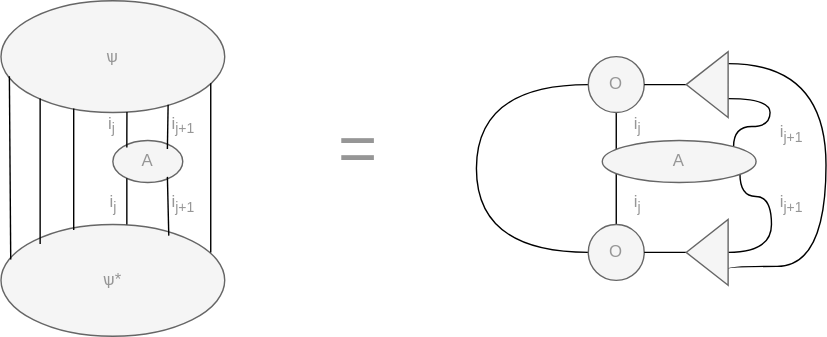
This is pictures/Ev2.svg from Prod1us/TensorNetworks, a draw.io export, as it was before one commit. Source tidied: cells renumbered, new cells last; positions are measured from the earlier drawing's top-left corner, leaving out a move shared by most shapes. Its diagram source:
```xml
<mxGraphModel>
  <root>
    <mxCell id="0" />
    <mxCell id="1" parent="0" />
    <mxCell id="2" value="&lt;font color=&quot;#969696&quot;&gt;ѱ &lt;/font&gt;" style="ellipse;whiteSpace=wrap;html=1;fillColor=#f5f5f5;fontColor=#333333;strokeColor=#666666;" parent="1" vertex="1">
      <mxGeometry width="160" height="80" as="geometry" />
    </mxCell>
    <mxCell id="3" value="&lt;font color=&quot;#969696&quot;&gt;ѱ*&lt;/font&gt;" style="ellipse;whiteSpace=wrap;html=1;fillColor=#f5f5f5;fontColor=#333333;strokeColor=#666666;" parent="1" vertex="1">
      <mxGeometry y="160" width="160" height="80" as="geometry" />
    </mxCell>
    <mxCell id="4" style="endArrow=none;html=1;rounded=0;entryX=0.019;entryY=0.725;entryDx=0;entryDy=0;entryPerimeter=0;exitX=0.025;exitY=0.363;exitDx=0;exitDy=0;exitPerimeter=0;" parent="1" edge="1">
      <mxGeometry relative="1" as="geometry">
        <mxPoint x="7" y="185" as="sourcePoint" />
        <mxPoint x="6" y="54" as="targetPoint" />
      </mxGeometry>
    </mxCell>
    <mxCell id="5" style="endArrow=none;html=1;rounded=0;" parent="1" edge="1">
      <mxGeometry relative="1" as="geometry">
        <mxPoint x="150" y="180" as="sourcePoint" />
        <mxPoint x="150" y="59" as="targetPoint" />
      </mxGeometry>
    </mxCell>
    <mxCell id="6" style="endArrow=none;html=1;rounded=0;" parent="1" edge="1">
      <mxGeometry relative="1" as="geometry">
        <mxPoint x="28" y="174" as="sourcePoint" />
        <mxPoint x="28" y="70" as="targetPoint" />
      </mxGeometry>
    </mxCell>
    <mxCell id="7" style="endArrow=none;html=1;rounded=0;entryX=0.303;entryY=0.963;entryDx=0;entryDy=0;entryPerimeter=0;" parent="1" edge="1">
      <mxGeometry relative="1" as="geometry">
        <mxPoint x="52" y="164" as="sourcePoint" />
        <mxPoint x="52" y="77" as="targetPoint" />
      </mxGeometry>
    </mxCell>
    <mxCell id="8" style="edgeStyle=orthogonalEdgeStyle;rounded=0;jettySize=auto;html=1;curved=1;endArrow=none;endFill=0;entryX=0;entryY=0.25;entryDx=0;entryDy=0;" parent="1" edge="1" target="30">
      <mxGeometry relative="1" as="geometry">
        <mxPoint x="520" y="45" as="sourcePoint" />
        <Array as="points">
          <mxPoint x="590" y="45" />
          <mxPoint x="590" y="190" />
          <mxPoint x="520" y="190" />
        </Array>
      </mxGeometry>
    </mxCell>
    <mxCell id="9" style="edgeStyle=orthogonalEdgeStyle;rounded=0;jettySize=auto;html=1;endArrow=none;endFill=0;" parent="1" edge="1" source="11" target="12">
      <mxGeometry relative="1" as="geometry" />
    </mxCell>
    <mxCell id="10" style="edgeStyle=orthogonalEdgeStyle;rounded=0;jettySize=auto;html=1;curved=1;entryX=0;entryY=0.5;entryDx=0;entryDy=0;endArrow=none;endFill=0;" parent="1" edge="1" source="11" target="12">
      <mxGeometry relative="1" as="geometry">
        <Array as="points">
          <mxPoint x="340" y="60" />
          <mxPoint x="340" y="180" />
        </Array>
      </mxGeometry>
    </mxCell>
    <mxCell id="11" value="&lt;font color=&quot;#969696&quot;&gt;O&lt;/font&gt;" style="ellipse;whiteSpace=wrap;html=1;fillColor=#f5f5f5;fontColor=#333333;strokeColor=#666666;" parent="1" vertex="1">
      <mxGeometry x="420" y="40" width="40" height="40" as="geometry" />
    </mxCell>
    <mxCell id="12" value="&lt;font color=&quot;#969696&quot;&gt;O&lt;/font&gt;" style="ellipse;whiteSpace=wrap;html=1;fillColor=#f5f5f5;fontColor=#333333;strokeColor=#666666;" parent="1" vertex="1">
      <mxGeometry x="420" y="160" width="40" height="40" as="geometry" />
    </mxCell>
    <mxCell id="13" value="&lt;font color=&quot;#969696&quot;&gt;i&lt;sub&gt;j&lt;/sub&gt;&lt;/font&gt;" style="text;html=1;align=center;verticalAlign=middle;strokeColor=none;fillColor=none;" parent="1" vertex="1">
      <mxGeometry x="64" y="74" width="30" height="30" as="geometry" />
    </mxCell>
    <mxCell id="14" value="&lt;font color=&quot;#969696&quot;&gt;i&lt;sub&gt;j&lt;/sub&gt;&lt;/font&gt;" style="text;html=1;align=center;verticalAlign=middle;strokeColor=none;fillColor=none;" parent="1" vertex="1">
      <mxGeometry x="440" y="74" width="30" height="30" as="geometry" />
    </mxCell>
    <mxCell id="15" value="&lt;font color=&quot;#969696&quot;&gt;i&lt;sub&gt;j&lt;/sub&gt;&lt;/font&gt;" style="text;html=1;align=center;verticalAlign=middle;strokeColor=none;fillColor=none;" parent="1" vertex="1">
      <mxGeometry x="65" y="130" width="30" height="30" as="geometry" />
    </mxCell>
    <mxCell id="16" value="&lt;font color=&quot;#969696&quot;&gt;i&lt;sub&gt;j&lt;/sub&gt;&lt;/font&gt;" style="text;html=1;align=center;verticalAlign=middle;strokeColor=none;fillColor=none;" parent="1" vertex="1">
      <mxGeometry x="440" y="130" width="30" height="30" as="geometry" />
    </mxCell>
    <mxCell id="17" value="&lt;font style=&quot;font-size: 48px;&quot; color=&quot;#969696&quot;&gt;=&lt;/font&gt;" style="text;html=1;align=center;verticalAlign=middle;strokeColor=none;fillColor=none;" parent="1" vertex="1">
      <mxGeometry x="230" y="70" width="50" height="70" as="geometry" />
    </mxCell>
    <mxCell id="18" value="&lt;font color=&quot;#969696&quot;&gt;A&lt;/font&gt;" style="ellipse;whiteSpace=wrap;html=1;fillColor=#f5f5f5;fontColor=#333333;strokeColor=#666666;" parent="1" vertex="1">
      <mxGeometry x="80" y="100" width="50" height="30" as="geometry" />
    </mxCell>
    <mxCell id="19" style="endArrow=none;html=1;rounded=0;" parent="1" edge="1">
      <mxGeometry relative="1" as="geometry">
        <mxPoint x="90" y="160" as="sourcePoint" />
        <mxPoint x="90" y="127" as="targetPoint" />
      </mxGeometry>
    </mxCell>
    <mxCell id="20" style="endArrow=none;html=1;rounded=0;" parent="1" edge="1">
      <mxGeometry relative="1" as="geometry">
        <mxPoint x="120" y="168" as="sourcePoint" />
        <mxPoint x="119" y="126" as="targetPoint" />
      </mxGeometry>
    </mxCell>
    <mxCell id="21" style="endArrow=none;html=1;rounded=0;entryX=0.563;entryY=0.994;entryDx=0;entryDy=0;entryPerimeter=0;" parent="1" edge="1" target="2">
      <mxGeometry relative="1" as="geometry">
        <mxPoint x="90" y="100" as="sourcePoint" />
        <Array as="points">
          <mxPoint x="90" y="105" />
          <mxPoint x="90" y="95" />
        </Array>
      </mxGeometry>
    </mxCell>
    <mxCell id="22" style="endArrow=none;html=1;rounded=0;entryX=0.747;entryY=0.931;entryDx=0;entryDy=0;entryPerimeter=0;" parent="1" edge="1" target="2">
      <mxGeometry relative="1" as="geometry">
        <mxPoint x="119" y="106" as="sourcePoint" />
      </mxGeometry>
    </mxCell>
    <mxCell id="23" value="&lt;font color=&quot;#969696&quot;&gt;i&lt;sub&gt;j+1&lt;/sub&gt;&lt;/font&gt;" style="text;html=1;align=center;verticalAlign=middle;strokeColor=none;fillColor=none;" parent="1" vertex="1">
      <mxGeometry x="110" y="74" width="40" height="30" as="geometry" />
    </mxCell>
    <mxCell id="24" value="&lt;font color=&quot;#969696&quot;&gt;i&lt;sub&gt;j+1&lt;/sub&gt;&lt;/font&gt;" style="text;html=1;align=center;verticalAlign=middle;strokeColor=none;fillColor=none;" parent="1" vertex="1">
      <mxGeometry x="110" y="130" width="40" height="30" as="geometry" />
    </mxCell>
    <mxCell id="25" style="edgeStyle=orthogonalEdgeStyle;rounded=0;jettySize=auto;html=1;entryX=1;entryY=0.5;entryDx=0;entryDy=0;endArrow=none;endFill=0;" parent="1" edge="1" source="27" target="11">
      <mxGeometry relative="1" as="geometry" />
    </mxCell>
    <mxCell id="26" style="edgeStyle=orthogonalEdgeStyle;rounded=0;jettySize=auto;html=1;entryX=1;entryY=0;entryDx=0;entryDy=0;endArrow=none;endFill=0;curved=1;" parent="1" edge="1" target="31">
      <mxGeometry relative="1" as="geometry">
        <mxPoint x="520" y="70" as="sourcePoint" />
        <Array as="points">
          <mxPoint x="550" y="70" />
          <mxPoint x="550" y="90" />
          <mxPoint x="524" y="90" />
        </Array>
      </mxGeometry>
    </mxCell>
    <mxCell id="27" style="triangle;whiteSpace=wrap;html=1;direction=west;fillColor=#f5f5f5;fontColor=#333333;strokeColor=#666666;" parent="1" vertex="1">
      <mxGeometry x="490" y="36.5" width="30" height="47" as="geometry" />
    </mxCell>
    <mxCell id="28" style="edgeStyle=orthogonalEdgeStyle;rounded=0;jettySize=auto;html=1;entryX=1;entryY=0.5;entryDx=0;entryDy=0;endArrow=none;endFill=0;" parent="1" edge="1" source="30" target="12">
      <mxGeometry relative="1" as="geometry" />
    </mxCell>
    <mxCell id="29" style="edgeStyle=orthogonalEdgeStyle;rounded=0;jettySize=auto;html=1;endArrow=none;endFill=0;curved=1;entryX=0.895;entryY=0.8;entryDx=0;entryDy=0;entryPerimeter=0;" parent="1" edge="1" source="30" target="31">
      <mxGeometry relative="1" as="geometry">
        <Array as="points">
          <mxPoint x="551" y="180" />
          <mxPoint x="551" y="140" />
          <mxPoint x="529" y="140" />
        </Array>
      </mxGeometry>
    </mxCell>
    <mxCell id="30" style="triangle;whiteSpace=wrap;html=1;direction=west;fillColor=#f5f5f5;fontColor=#333333;strokeColor=#666666;" parent="1" vertex="1">
      <mxGeometry x="490" y="156.5" width="30" height="47" as="geometry" />
    </mxCell>
    <mxCell id="31" value="&lt;font color=&quot;#969696&quot;&gt;A&lt;/font&gt;" style="ellipse;whiteSpace=wrap;html=1;fillColor=#f5f5f5;fontColor=#333333;strokeColor=#666666;" parent="1" vertex="1">
      <mxGeometry x="430" y="100" width="110" height="30" as="geometry" />
    </mxCell>
    <mxCell id="32" value="&lt;font color=&quot;#969696&quot;&gt;i&lt;sub&gt;j+1&lt;/sub&gt;&lt;/font&gt;" style="text;html=1;align=center;verticalAlign=middle;strokeColor=none;fillColor=none;" parent="1" vertex="1">
      <mxGeometry x="545" y="80" width="40" height="30" as="geometry" />
    </mxCell>
    <mxCell id="33" value="&lt;font color=&quot;#969696&quot;&gt;i&lt;sub&gt;j+1&lt;/sub&gt;&lt;/font&gt;" style="text;html=1;align=center;verticalAlign=middle;strokeColor=none;fillColor=none;" parent="1" vertex="1">
      <mxGeometry x="545" y="130" width="40" height="30" as="geometry" />
    </mxCell>
  </root>
</mxGraphModel>
```
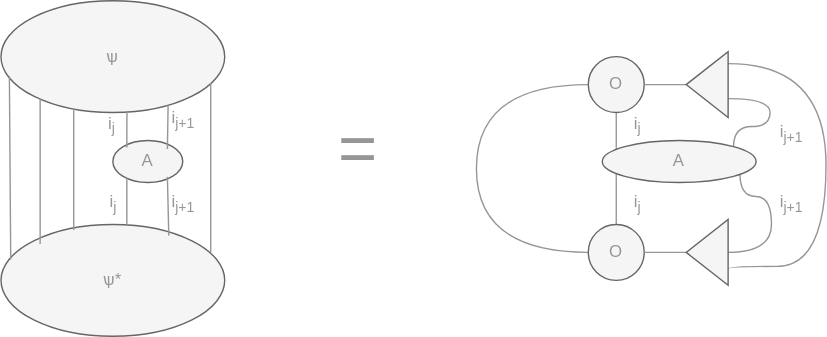
After the change.

Change to the diagram source:
```diff
@@ -8,31 +8,31 @@
     <mxCell id="3" value="&lt;font color=&quot;#969696&quot;&gt;ѱ*&lt;/font&gt;" style="ellipse;whiteSpace=wrap;html=1;fillColor=#f5f5f5;fontColor=#333333;strokeColor=#666666;" parent="1" vertex="1">
       <mxGeometry y="160" width="160" height="80" as="geometry" />
     </mxCell>
-    <mxCell id="4" style="endArrow=none;html=1;rounded=0;entryX=0.019;entryY=0.725;entryDx=0;entryDy=0;entryPerimeter=0;exitX=0.025;exitY=0.363;exitDx=0;exitDy=0;exitPerimeter=0;" parent="1" edge="1">
+    <mxCell id="4" style="endArrow=none;html=1;rounded=0;entryX=0.019;entryY=0.725;entryDx=0;entryDy=0;entryPerimeter=0;exitX=0.025;exitY=0.363;exitDx=0;exitDy=0;exitPerimeter=0;strokeColor=#969696;" parent="1" edge="1">
       <mxGeometry relative="1" as="geometry">
         <mxPoint x="7" y="185" as="sourcePoint" />
         <mxPoint x="6" y="54" as="targetPoint" />
       </mxGeometry>
     </mxCell>
-    <mxCell id="5" style="endArrow=none;html=1;rounded=0;" parent="1" edge="1">
+    <mxCell id="5" style="endArrow=none;html=1;rounded=0;strokeColor=#969696;" parent="1" edge="1">
       <mxGeometry relative="1" as="geometry">
         <mxPoint x="150" y="180" as="sourcePoint" />
         <mxPoint x="150" y="59" as="targetPoint" />
       </mxGeometry>
     </mxCell>
-    <mxCell id="6" style="endArrow=none;html=1;rounded=0;" parent="1" edge="1">
+    <mxCell id="6" style="endArrow=none;html=1;rounded=0;strokeColor=#969696;" parent="1" edge="1">
       <mxGeometry relative="1" as="geometry">
         <mxPoint x="28" y="174" as="sourcePoint" />
         <mxPoint x="28" y="70" as="targetPoint" />
       </mxGeometry>
     </mxCell>
-    <mxCell id="7" style="endArrow=none;html=1;rounded=0;entryX=0.303;entryY=0.963;entryDx=0;entryDy=0;entryPerimeter=0;" parent="1" edge="1">
+    <mxCell id="7" style="endArrow=none;html=1;rounded=0;entryX=0.303;entryY=0.963;entryDx=0;entryDy=0;entryPerimeter=0;strokeColor=#969696;" parent="1" edge="1">
       <mxGeometry relative="1" as="geometry">
         <mxPoint x="52" y="164" as="sourcePoint" />
         <mxPoint x="52" y="77" as="targetPoint" />
       </mxGeometry>
     </mxCell>
-    <mxCell id="8" style="edgeStyle=orthogonalEdgeStyle;rounded=0;jettySize=auto;html=1;curved=1;endArrow=none;endFill=0;entryX=0;entryY=0.25;entryDx=0;entryDy=0;" parent="1" edge="1" target="30">
+    <mxCell id="8" style="edgeStyle=orthogonalEdgeStyle;rounded=0;jettySize=auto;html=1;curved=1;endArrow=none;endFill=0;entryX=0;entryY=0.25;entryDx=0;entryDy=0;strokeColor=#969696;" parent="1" edge="1" target="30">
       <mxGeometry relative="1" as="geometry">
         <mxPoint x="520" y="45" as="sourcePoint" />
         <Array as="points">
@@ -42,10 +42,10 @@
         </Array>
       </mxGeometry>
     </mxCell>
-    <mxCell id="9" style="edgeStyle=orthogonalEdgeStyle;rounded=0;jettySize=auto;html=1;endArrow=none;endFill=0;" parent="1" edge="1" source="11" target="12">
+    <mxCell id="9" style="edgeStyle=orthogonalEdgeStyle;rounded=0;jettySize=auto;html=1;endArrow=none;endFill=0;strokeColor=#999999;" parent="1" edge="1" source="11" target="12">
       <mxGeometry relative="1" as="geometry" />
     </mxCell>
-    <mxCell id="10" style="edgeStyle=orthogonalEdgeStyle;rounded=0;jettySize=auto;html=1;curved=1;entryX=0;entryY=0.5;entryDx=0;entryDy=0;endArrow=none;endFill=0;" parent="1" edge="1" source="11" target="12">
+    <mxCell id="10" style="edgeStyle=orthogonalEdgeStyle;rounded=0;jettySize=auto;html=1;curved=1;entryX=0;entryY=0.5;entryDx=0;entryDy=0;endArrow=none;endFill=0;strokeColor=#969696;" parent="1" edge="1" source="11" target="12">
       <mxGeometry relative="1" as="geometry">
         <Array as="points">
           <mxPoint x="340" y="60" />
@@ -77,19 +77,19 @@
     <mxCell id="18" value="&lt;font color=&quot;#969696&quot;&gt;A&lt;/font&gt;" style="ellipse;whiteSpace=wrap;html=1;fillColor=#f5f5f5;fontColor=#333333;strokeColor=#666666;" parent="1" vertex="1">
       <mxGeometry x="80" y="100" width="50" height="30" as="geometry" />
     </mxCell>
-    <mxCell id="19" style="endArrow=none;html=1;rounded=0;" parent="1" edge="1">
+    <mxCell id="19" style="endArrow=none;html=1;rounded=0;strokeColor=#969696;" parent="1" edge="1">
       <mxGeometry relative="1" as="geometry">
         <mxPoint x="90" y="160" as="sourcePoint" />
         <mxPoint x="90" y="127" as="targetPoint" />
       </mxGeometry>
     </mxCell>
-    <mxCell id="20" style="endArrow=none;html=1;rounded=0;" parent="1" edge="1">
+    <mxCell id="20" style="endArrow=none;html=1;rounded=0;strokeColor=#969696;" parent="1" edge="1">
       <mxGeometry relative="1" as="geometry">
         <mxPoint x="120" y="168" as="sourcePoint" />
         <mxPoint x="119" y="126" as="targetPoint" />
       </mxGeometry>
     </mxCell>
-    <mxCell id="21" style="endArrow=none;html=1;rounded=0;entryX=0.563;entryY=0.994;entryDx=0;entryDy=0;entryPerimeter=0;" parent="1" edge="1" target="2">
+    <mxCell id="21" style="endArrow=none;html=1;rounded=0;entryX=0.563;entryY=0.994;entryDx=0;entryDy=0;entryPerimeter=0;strokeColor=#969696;" parent="1" edge="1" target="2">
       <mxGeometry relative="1" as="geometry">
         <mxPoint x="90" y="100" as="sourcePoint" />
         <Array as="points">
@@ -98,21 +98,21 @@
         </Array>
       </mxGeometry>
     </mxCell>
-    <mxCell id="22" style="endArrow=none;html=1;rounded=0;entryX=0.747;entryY=0.931;entryDx=0;entryDy=0;entryPerimeter=0;" parent="1" edge="1" target="2">
+    <mxCell id="22" style="endArrow=none;html=1;rounded=0;entryX=0.747;entryY=0.931;entryDx=0;entryDy=0;entryPerimeter=0;strokeColor=#969696;" parent="1" edge="1" target="2">
       <mxGeometry relative="1" as="geometry">
         <mxPoint x="119" y="106" as="sourcePoint" />
       </mxGeometry>
     </mxCell>
     <mxCell id="23" value="&lt;font color=&quot;#969696&quot;&gt;i&lt;sub&gt;j+1&lt;/sub&gt;&lt;/font&gt;" style="text;html=1;align=center;verticalAlign=middle;strokeColor=none;fillColor=none;" parent="1" vertex="1">
-      <mxGeometry x="110" y="74" width="40" height="30" as="geometry" />
+      <mxGeometry x="110" y="70" width="40" height="30" as="geometry" />
     </mxCell>
     <mxCell id="24" value="&lt;font color=&quot;#969696&quot;&gt;i&lt;sub&gt;j+1&lt;/sub&gt;&lt;/font&gt;" style="text;html=1;align=center;verticalAlign=middle;strokeColor=none;fillColor=none;" parent="1" vertex="1">
       <mxGeometry x="110" y="130" width="40" height="30" as="geometry" />
     </mxCell>
-    <mxCell id="25" style="edgeStyle=orthogonalEdgeStyle;rounded=0;jettySize=auto;html=1;entryX=1;entryY=0.5;entryDx=0;entryDy=0;endArrow=none;endFill=0;" parent="1" edge="1" source="27" target="11">
+    <mxCell id="25" style="edgeStyle=orthogonalEdgeStyle;rounded=0;jettySize=auto;html=1;entryX=1;entryY=0.5;entryDx=0;entryDy=0;endArrow=none;endFill=0;strokeColor=#969696;" parent="1" edge="1" source="27" target="11">
       <mxGeometry relative="1" as="geometry" />
     </mxCell>
-    <mxCell id="26" style="edgeStyle=orthogonalEdgeStyle;rounded=0;jettySize=auto;html=1;entryX=1;entryY=0;entryDx=0;entryDy=0;endArrow=none;endFill=0;curved=1;" parent="1" edge="1" target="31">
+    <mxCell id="26" style="edgeStyle=orthogonalEdgeStyle;rounded=0;jettySize=auto;html=1;entryX=1;entryY=0;entryDx=0;entryDy=0;endArrow=none;endFill=0;curved=1;strokeColor=#969696;" parent="1" edge="1" target="31">
       <mxGeometry relative="1" as="geometry">
         <mxPoint x="520" y="70" as="sourcePoint" />
         <Array as="points">
@@ -125,10 +125,10 @@
     <mxCell id="27" style="triangle;whiteSpace=wrap;html=1;direction=west;fillColor=#f5f5f5;fontColor=#333333;strokeColor=#666666;" parent="1" vertex="1">
       <mxGeometry x="490" y="36.5" width="30" height="47" as="geometry" />
     </mxCell>
-    <mxCell id="28" style="edgeStyle=orthogonalEdgeStyle;rounded=0;jettySize=auto;html=1;entryX=1;entryY=0.5;entryDx=0;entryDy=0;endArrow=none;endFill=0;" parent="1" edge="1" source="30" target="12">
+    <mxCell id="28" style="edgeStyle=orthogonalEdgeStyle;rounded=0;jettySize=auto;html=1;entryX=1;entryY=0.5;entryDx=0;entryDy=0;endArrow=none;endFill=0;strokeColor=#969696;" parent="1" edge="1" source="30" target="12">
       <mxGeometry relative="1" as="geometry" />
     </mxCell>
-    <mxCell id="29" style="edgeStyle=orthogonalEdgeStyle;rounded=0;jettySize=auto;html=1;endArrow=none;endFill=0;curved=1;entryX=0.895;entryY=0.8;entryDx=0;entryDy=0;entryPerimeter=0;" parent="1" edge="1" source="30" target="31">
+    <mxCell id="29" style="edgeStyle=orthogonalEdgeStyle;rounded=0;jettySize=auto;html=1;endArrow=none;endFill=0;curved=1;entryX=0.895;entryY=0.8;entryDx=0;entryDy=0;entryPerimeter=0;strokeColor=#969696;" parent="1" edge="1" source="30" target="31">
       <mxGeometry relative="1" as="geometry">
         <Array as="points">
           <mxPoint x="551" y="180" />
```
